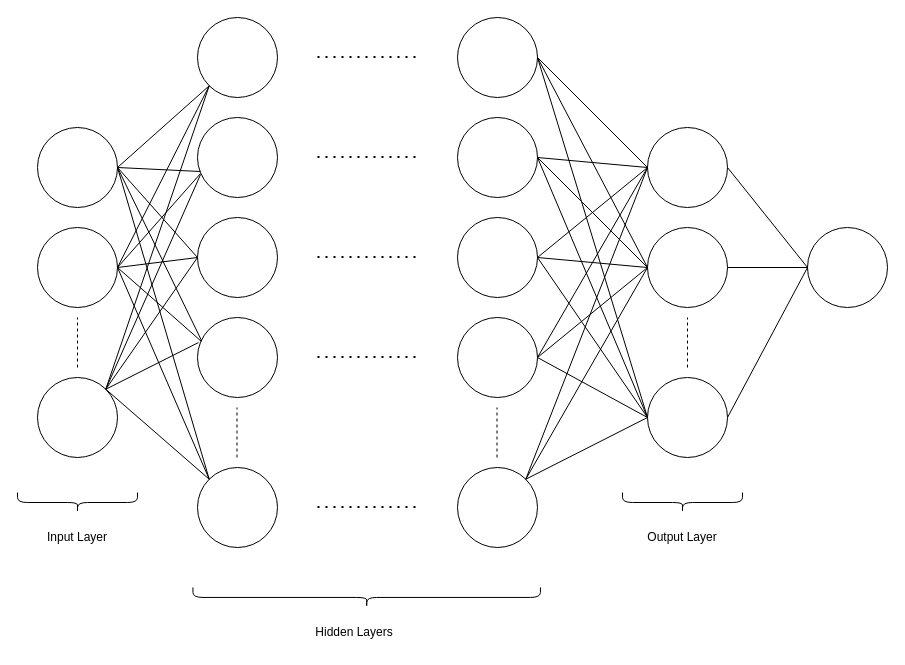
The draw.io diagram neural network.drawio in EmilWalewski/For-Mati, before the edit. Source tidied: cells renumbered, new cells numbered last; positions are measured from the earlier drawing's top-left corner, leaving out a move shared by most shapes. Both pictures are drawn from the tidied source at 100%, with x=0, y=0 at pixel (32, 17).
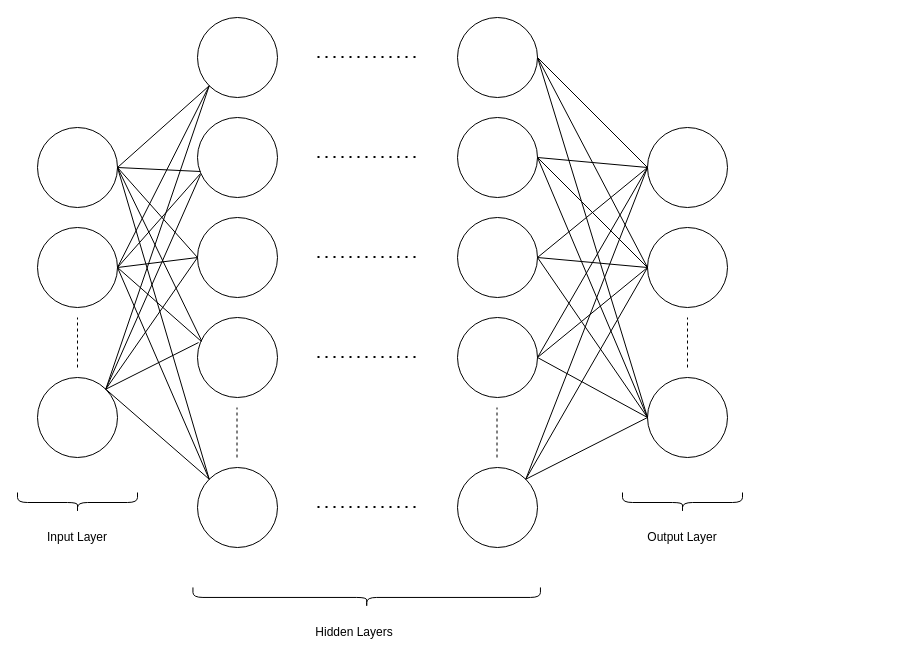
The same diagram, later.

Unchanged cells that the change refers to:
```xml
<mxCell id="30" style="ellipse;whiteSpace=wrap;html=1;" parent="1" vertex="1">
  <mxGeometry x="615" y="210" width="80" height="80" as="geometry" />
</mxCell>
<mxCell id="31" style="ellipse;whiteSpace=wrap;html=1;" parent="1" vertex="1">
  <mxGeometry x="615" y="360" width="80" height="80" as="geometry" />
</mxCell>
<mxCell id="33" style="ellipse;whiteSpace=wrap;html=1;" parent="1" vertex="1">
  <mxGeometry x="615" y="110" width="80" height="80" as="geometry" />
</mxCell>
```

Diff of the diagram source:
```diff
@@
-    <mxCell id="57" style="ellipse;whiteSpace=wrap;html=1;" parent="1" vertex="1">
-      <mxGeometry x="775" y="210" width="80" height="80" as="geometry" />
-    </mxCell>
-    <mxCell id="58" style="endArrow=none;html=1;rounded=0;entryX=0;entryY=0.5;entryDx=0;entryDy=0;exitX=1;exitY=0.5;exitDx=0;exitDy=0;" parent="1" edge="1" source="30" target="57">
-      <mxGeometry relative="1" as="geometry" />
-    </mxCell>
-    <mxCell id="59" style="endArrow=none;html=1;rounded=0;entryX=0;entryY=0.5;entryDx=0;entryDy=0;exitX=1;exitY=0.5;exitDx=0;exitDy=0;" parent="1" edge="1" source="31" target="57">
-      <mxGeometry relative="1" as="geometry" />
-    </mxCell>
-    <mxCell id="60" style="endArrow=none;html=1;rounded=0;entryX=0;entryY=0.5;entryDx=0;entryDy=0;exitX=1;exitY=0.5;exitDx=0;exitDy=0;" parent="1" edge="1" source="33" target="57">
-      <mxGeometry relative="1" as="geometry" />
-    </mxCell>
```
